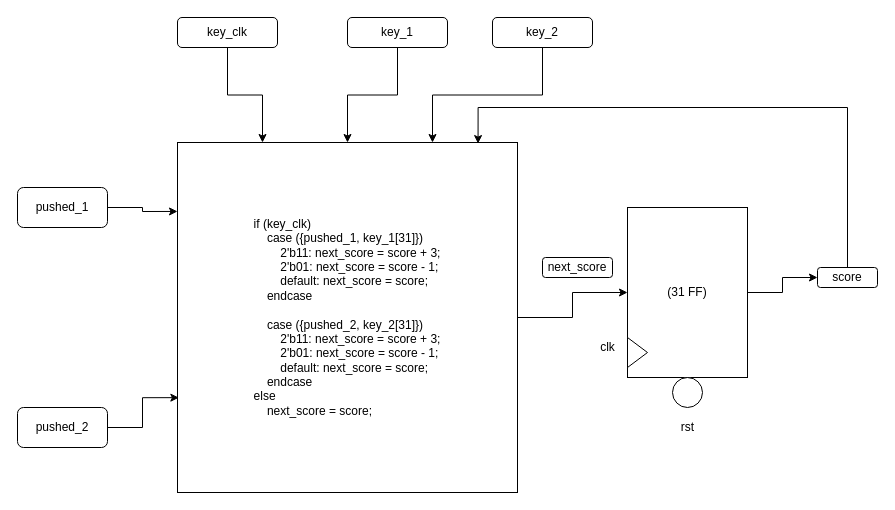
Earlier version of the draw.io diagram page "Counter RTL" (2 of 2) of Untitled Diagram.drawio (chepemike25/STARS-RTL-desgin-Mike-Shresth-Claire-Jakob-w-Fahad-2.0). Source tidied: cells renumbered, new cells numbered last; positions are measured from the earlier drawing's top-left corner, leaving out a move shared by most shapes. Both pictures are drawn from the tidied source at 100%, with x=0, y=0 at pixel (17, 17).
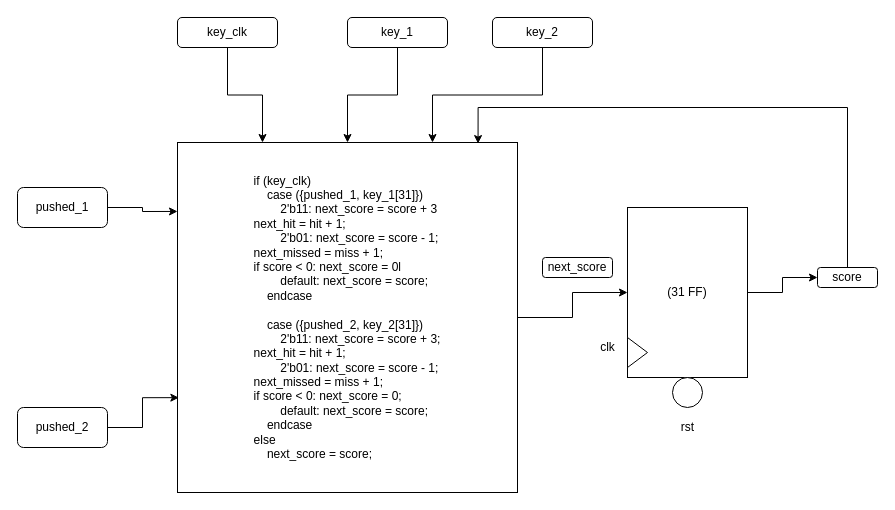
The same page after the edit.

Change to the diagram source:
```diff
@@
-    <mxCell id="7" value="&lt;div style=&quot;text-align: left;&quot;&gt;&lt;span style=&quot;background-color: initial;&quot;&gt;if (key_clk)&lt;/span&gt;&lt;/div&gt;&lt;div style=&quot;text-align: left;&quot;&gt;&lt;span style=&quot;background-color: initial;&quot;&gt;&lt;span style=&quot;&quot;&gt;&lt;span style=&quot;white-space: pre;&quot;&gt;&amp;nbsp;&amp;nbsp;&amp;nbsp;&amp;nbsp;&lt;/span&gt;&lt;/span&gt;case ({pushed_1, key_1[31]})&lt;/span&gt;&lt;/div&gt;&lt;div style=&quot;text-align: left;&quot;&gt;&lt;span style=&quot;background-color: initial;&quot;&gt;&lt;span style=&quot;&quot;&gt;&lt;span style=&quot;white-space: pre;&quot;&gt;&amp;nbsp;&amp;nbsp;&amp;nbsp;&amp;nbsp;&lt;/span&gt;&lt;span style=&quot;&quot;&gt;&lt;span style=&quot;white-space: pre;&quot;&gt;&amp;nbsp;&amp;nbsp;&amp;nbsp;&amp;nbsp;&lt;/span&gt;&lt;/span&gt;2&lt;/span&gt;'b11: next_score = score + 3;&lt;br&gt;&lt;/span&gt;&lt;/div&gt;&lt;div style=&quot;text-align: left;&quot;&gt;&lt;span style=&quot;background-color: initial;&quot;&gt;&lt;span style=&quot;&quot;&gt;&lt;span style=&quot;white-space: pre;&quot;&gt;&amp;nbsp;&amp;nbsp;&amp;nbsp;&amp;nbsp;&lt;/span&gt;&lt;/span&gt;&lt;span style=&quot;&quot;&gt;&lt;span style=&quot;white-space: pre;&quot;&gt;&amp;nbsp;&amp;nbsp;&amp;nbsp;&amp;nbsp;&lt;/span&gt;&lt;/span&gt;2'b01: next_score = score - 1;&lt;br&gt;&lt;/span&gt;&lt;/div&gt;&lt;div style=&quot;text-align: left;&quot;&gt;&lt;span style=&quot;background-color: initial;&quot;&gt;&lt;span style=&quot;&quot;&gt;&lt;span style=&quot;white-space: pre;&quot;&gt;&amp;nbsp;&amp;nbsp;&amp;nbsp;&amp;nbsp;&lt;/span&gt;&lt;/span&gt;&lt;span style=&quot;&quot;&gt;&lt;span style=&quot;white-space: pre;&quot;&gt;&amp;nbsp;&amp;nbsp;&amp;nbsp;&amp;nbsp;&lt;/span&gt;&lt;/span&gt;default: next_score = score;&lt;br&gt;&lt;/span&gt;&lt;/div&gt;&lt;div style=&quot;text-align: left;&quot;&gt;&lt;span style=&quot;background-color: initial;&quot;&gt;&lt;span style=&quot;&quot;&gt;&lt;span style=&quot;white-space: pre;&quot;&gt;&amp;nbsp;&amp;nbsp;&amp;nbsp;&amp;nbsp;&lt;/span&gt;&lt;/span&gt;endcase&lt;br&gt;&lt;/span&gt;&lt;/div&gt;&lt;div style=&quot;text-align: left;&quot;&gt;&lt;span style=&quot;background-color: initial;&quot;&gt;&lt;br&gt;&lt;/span&gt;&lt;/div&gt;&lt;div style=&quot;text-align: left;&quot;&gt;&lt;div&gt;&amp;nbsp; &amp;nbsp; case ({pushed_2, key_2[31]})&lt;span style=&quot;background-color: initial;&quot;&gt;&lt;/span&gt;&lt;/div&gt;&lt;div&gt;&lt;span style=&quot;background-color: initial;&quot;&gt;&lt;span style=&quot;&quot;&gt;&lt;span style=&quot;white-space: pre;&quot;&gt;&amp;nbsp;&amp;nbsp;&amp;nbsp;&amp;nbsp;&lt;/span&gt;&lt;span style=&quot;&quot;&gt;&lt;span style=&quot;white-space: pre;&quot;&gt;&amp;nbsp;&amp;nbsp;&amp;nbsp;&amp;nbsp;&lt;/span&gt;&lt;/span&gt;2&lt;/span&gt;'b11: next_score = score + 3;&lt;br&gt;&lt;/span&gt;&lt;/div&gt;&lt;div&gt;&lt;span style=&quot;background-color: initial;&quot;&gt;&lt;span style=&quot;&quot;&gt;&lt;span style=&quot;white-space: pre;&quot;&gt;&amp;nbsp;&amp;nbsp;&amp;nbsp;&amp;nbsp;&lt;/span&gt;&lt;/span&gt;&lt;span style=&quot;&quot;&gt;&lt;span style=&quot;white-space: pre;&quot;&gt;&amp;nbsp;&amp;nbsp;&amp;nbsp;&amp;nbsp;&lt;/span&gt;&lt;/span&gt;2'b01: next_score = score - 1;&lt;br&gt;&lt;/span&gt;&lt;/div&gt;&lt;div&gt;&lt;span style=&quot;background-color: initial;&quot;&gt;&lt;span style=&quot;&quot;&gt;&lt;span style=&quot;white-space: pre;&quot;&gt;&amp;nbsp;&amp;nbsp;&amp;nbsp;&amp;nbsp;&lt;/span&gt;&lt;/span&gt;&lt;span style=&quot;&quot;&gt;&lt;span style=&quot;white-space: pre;&quot;&gt;&amp;nbsp;&amp;nbsp;&amp;nbsp;&amp;nbsp;&lt;/span&gt;&lt;/span&gt;default: next_score = score;&lt;br&gt;&lt;/span&gt;&lt;/div&gt;&lt;div&gt;&lt;span style=&quot;background-color: initial;&quot;&gt;&lt;span style=&quot;&quot;&gt;&lt;span style=&quot;white-space: pre;&quot;&gt;&amp;nbsp;&amp;nbsp;&amp;nbsp;&amp;nbsp;&lt;/span&gt;&lt;/span&gt;endcase&lt;/span&gt;&lt;/div&gt;&lt;/div&gt;&lt;div style=&quot;text-align: left;&quot;&gt;&lt;span style=&quot;background-color: initial;&quot;&gt;else&lt;/span&gt;&lt;/div&gt;&lt;div style=&quot;text-align: left;&quot;&gt;&lt;span style=&quot;background-color: initial;&quot;&gt;&lt;span style=&quot;&quot;&gt;&lt;span style=&quot;white-space: pre;&quot;&gt;&amp;nbsp;&amp;nbsp;&amp;nbsp;&amp;nbsp;&lt;/span&gt;&lt;/span&gt;next_score = score;&lt;br&gt;&lt;/span&gt;&lt;/div&gt;" style="rounded=0;whiteSpace=wrap;html=1;" parent="1" vertex="1">
+    <mxCell id="7" value="&lt;div style=&quot;text-align: left&quot;&gt;&lt;div&gt;if (key_clk)&lt;br&gt;&lt;/div&gt;&lt;div&gt;&amp;nbsp;&amp;nbsp;&amp;nbsp;&amp;nbsp;case ({pushed_1, key_1[31]})&lt;/div&gt;&lt;div&gt;&amp;nbsp;&amp;nbsp;&amp;nbsp;&amp;nbsp;&amp;nbsp;&amp;nbsp;&amp;nbsp;&amp;nbsp;2'b11: next_score = score + 3&lt;br&gt;&lt;/div&gt;&lt;div&gt;&lt;span&gt; &lt;/span&gt;&lt;span&gt; &lt;/span&gt;next_hit = hit + 1;&lt;br&gt;&lt;/div&gt;&lt;div&gt;&amp;nbsp;&amp;nbsp;&amp;nbsp;&amp;nbsp;&amp;nbsp;&amp;nbsp;&amp;nbsp;&amp;nbsp;2'b01: next_score = score - 1;&lt;br&gt;&lt;/div&gt;&lt;div&gt;&lt;span&gt; &lt;/span&gt;&lt;span&gt; &lt;/span&gt;next_missed = miss + 1;&lt;br&gt;&lt;/div&gt;&lt;div&gt;&lt;span&gt; &lt;/span&gt;&lt;span&gt; &lt;/span&gt;if score &amp;lt; 0: next_score = 0l&lt;br&gt;&lt;/div&gt;&lt;div&gt;&amp;nbsp;&amp;nbsp;&amp;nbsp;&amp;nbsp;&amp;nbsp;&amp;nbsp;&amp;nbsp;&amp;nbsp;default: next_score = score;&lt;br&gt;&lt;/div&gt;&lt;div&gt;&amp;nbsp;&amp;nbsp;&amp;nbsp;&amp;nbsp;endcase&lt;br&gt;&lt;/div&gt;&lt;div&gt;&lt;br&gt;&lt;/div&gt;&lt;div&gt;&lt;div&gt;&amp;nbsp; &amp;nbsp; case ({pushed_2, key_2[31]})&lt;/div&gt;&lt;div&gt;&amp;nbsp;&amp;nbsp;&amp;nbsp;&amp;nbsp;&amp;nbsp;&amp;nbsp;&amp;nbsp;&amp;nbsp;2'b11: next_score = score + 3;&lt;br&gt;&lt;/div&gt;&lt;div&gt;&lt;span&gt; &lt;/span&gt;&lt;span&gt; &lt;/span&gt;next_hit = hit + 1;&lt;/div&gt;&lt;div&gt;&amp;nbsp;&amp;nbsp;&amp;nbsp;&amp;nbsp;&amp;nbsp;&amp;nbsp;&amp;nbsp;&amp;nbsp;2'b01: next_score = score - 1;&lt;br&gt;&lt;/div&gt;&lt;div&gt;&lt;span&gt; &lt;/span&gt;&lt;span&gt; &lt;/span&gt;next_missed = miss + 1;&lt;br&gt;&lt;/div&gt;&lt;div&gt;&lt;span&gt; &lt;/span&gt;&lt;span&gt; &lt;/span&gt;if score &amp;lt; 0: next_score = 0;&lt;br&gt;&lt;/div&gt;&lt;div&gt;&amp;nbsp;&amp;nbsp;&amp;nbsp;&amp;nbsp;&amp;nbsp;&amp;nbsp;&amp;nbsp;&amp;nbsp;default: next_score = score;&lt;br&gt;&lt;/div&gt;&lt;div&gt;&amp;nbsp;&amp;nbsp;&amp;nbsp;&amp;nbsp;endcase&lt;/div&gt;&lt;/div&gt;&lt;div&gt;else&lt;/div&gt;&lt;div&gt;&amp;nbsp;&amp;nbsp;&amp;nbsp;&amp;nbsp;next_score = score;&lt;/div&gt;&lt;/div&gt;" style="rounded=0;whiteSpace=wrap;html=1;" parent="1" vertex="1">
       <mxGeometry x="160" y="125" width="340" height="350" as="geometry" />
     </mxCell>
```
